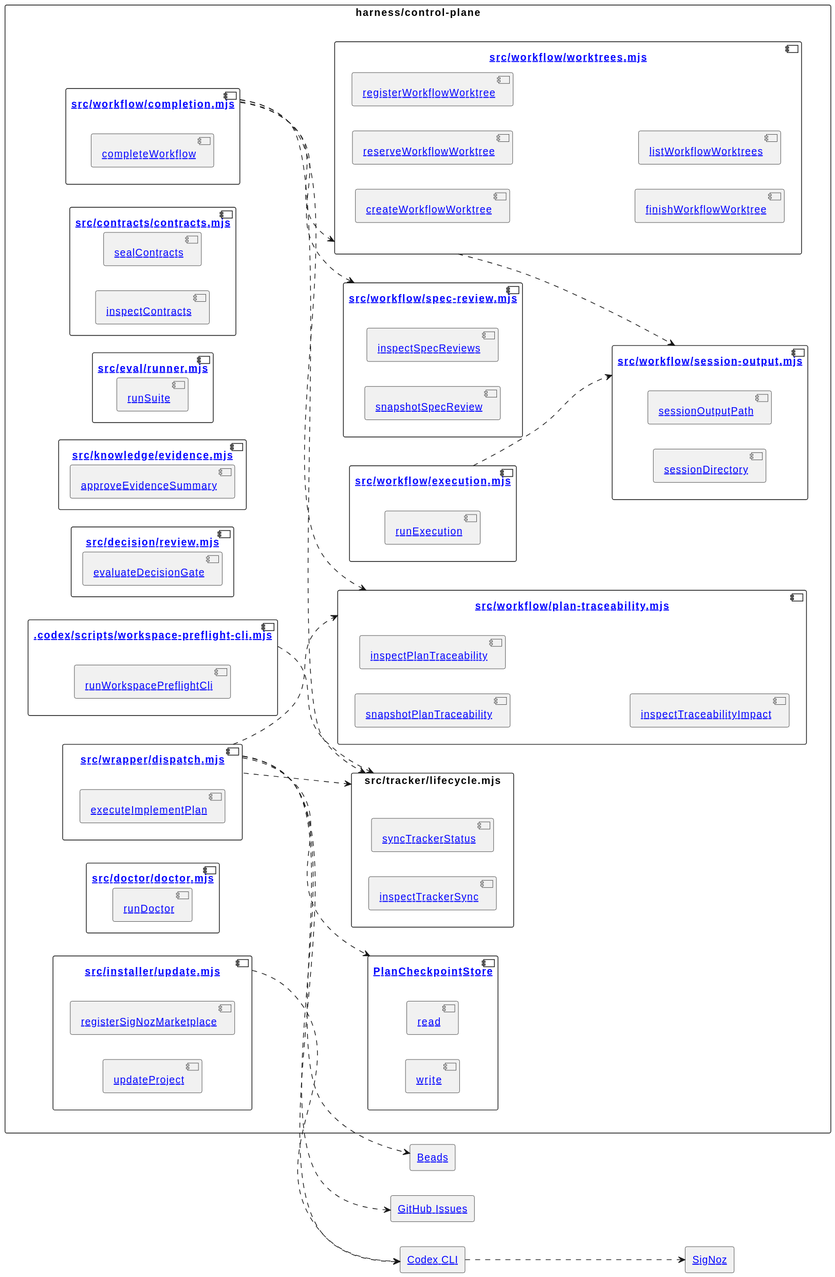
This is docs/contracts/diagrams/ddd.svg from omegafrog/harness-codex, a PlantUML export, as it was before one commit.
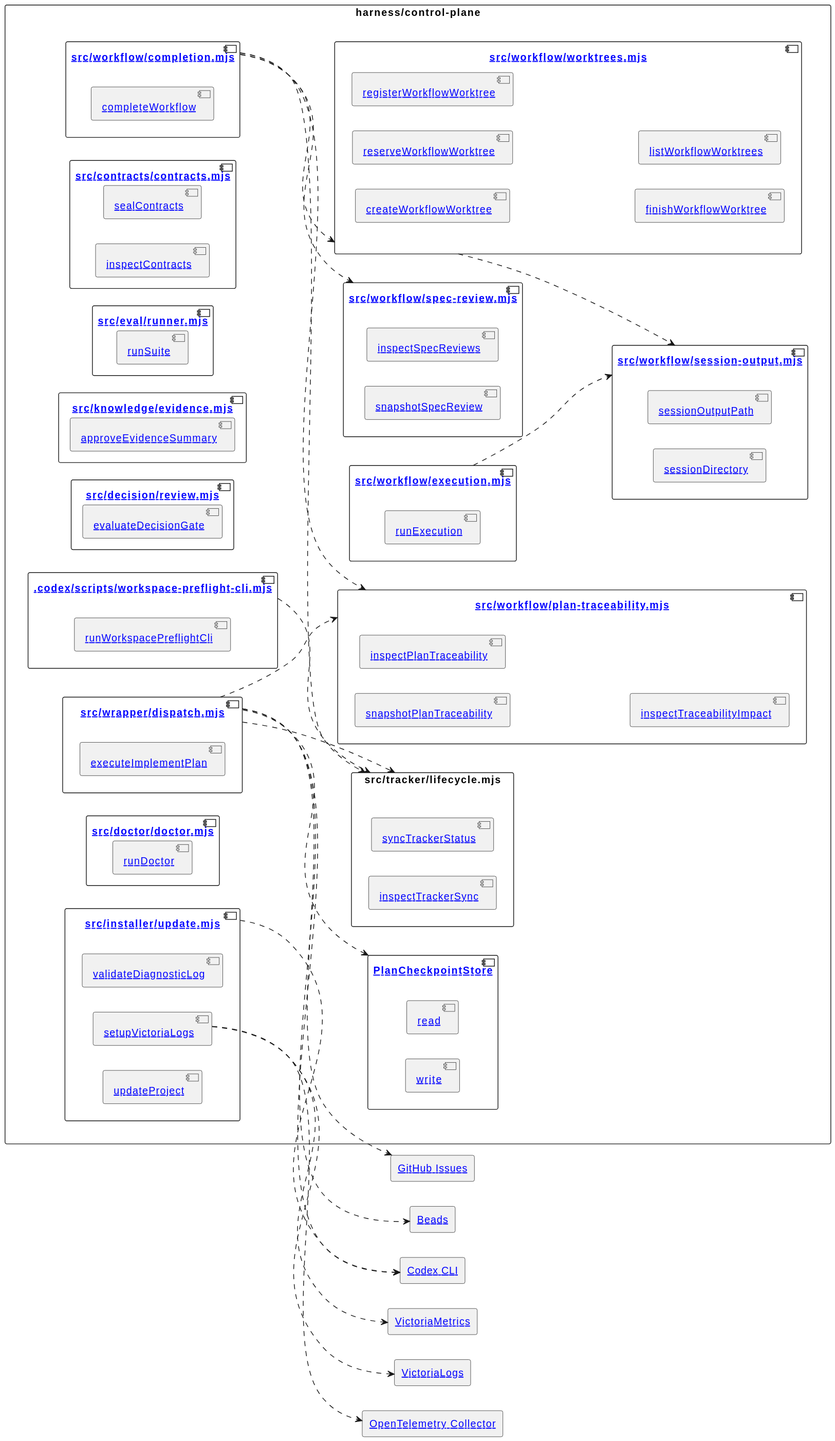
After the commit.

What changed in the source:
```diff
@@ -2,13 +2,16 @@
 left to right direction
 skinparam packageStyle rectangle
 rectangle "[[../architecture.md#codex-external Codex CLI]]" as codex
-rectangle "[[../architecture.md#signoz-external SigNoz]]" as signoz
+rectangle "[[../architecture.md#victorialogs-external VictoriaLogs]]" as victoriaLogs
+rectangle "[[../architecture.md#opentelemetry-collector-external OpenTelemetry Collector]]" as otelCollector
+rectangle "[[../architecture.md#victoriametrics-external VictoriaMetrics]]" as victoriaMetrics
 rectangle "[[../architecture.md#github-external GitHub Issues]]" as github
 rectangle "[[../architecture.md#beads-external Beads]]" as beads
 package "harness/control-plane" as controlPlane [[../architecture.md#control-plane]] {
   component "[[../architecture.md#installer-service src/installer/update.mjs]]" as installer {
     component "[[../architecture.md#update-method updateProject]]" as update
-    component "[[../architecture.md#register-signoz-marketplace-method registerSigNozMarketplace]]" as signozMarketplace
+    component "[[../architecture.md#setup-victorialogs-method setupVictoriaLogs]]" as victoriaLogsSetup
+    component "[[../architecture.md#validate-diagnostic-log-method validateDiagnosticLog]]" as validateDiagnosticLog
   }
   component "[[../architecture.md#doctor-service src/doctor/doctor.mjs]]" as doctor {
     component "[[../architecture.md#doctor-method runDoctor]]" as doctorRun
@@ -68,7 +71,9 @@
   }
 }
 installer ..> codex
-codex ..> signoz
+victoriaLogsSetup ..> victoriaLogs
+victoriaLogsSetup ..> otelCollector
+victoriaLogsSetup ..> victoriaMetrics
 workspace ..> trackerLifecycle
 wrapper ..> trackerLifecycle
 wrapper ..> planTraceability
```
